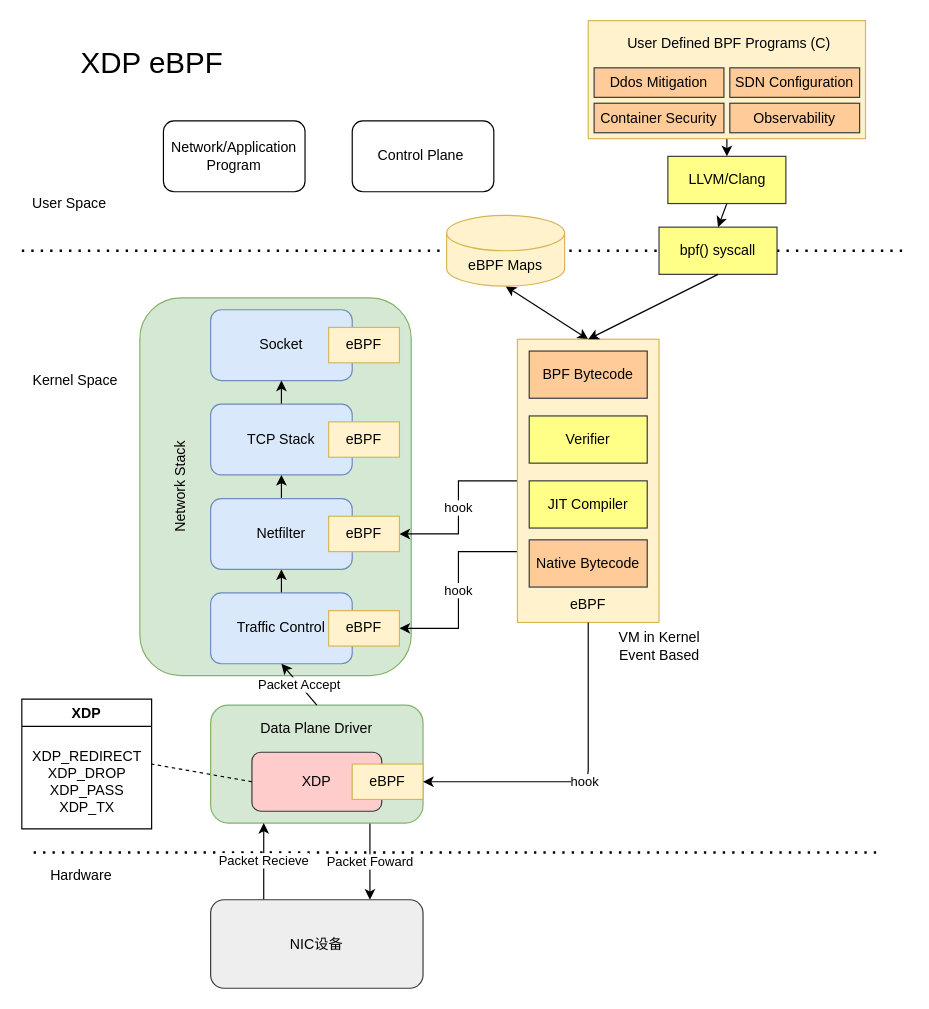
Above: Untitled Diagram.drawio in AkaCoder404/Draw-io (draw.io), before the change. Source tidied: cells renumbered, new cells numbered last; positions are measured from the earlier drawing's top-left corner, leaving out a move shared by most shapes. Both pictures are drawn from the tidied source at 118%, with x=0, y=0 at pixel (21, 20).
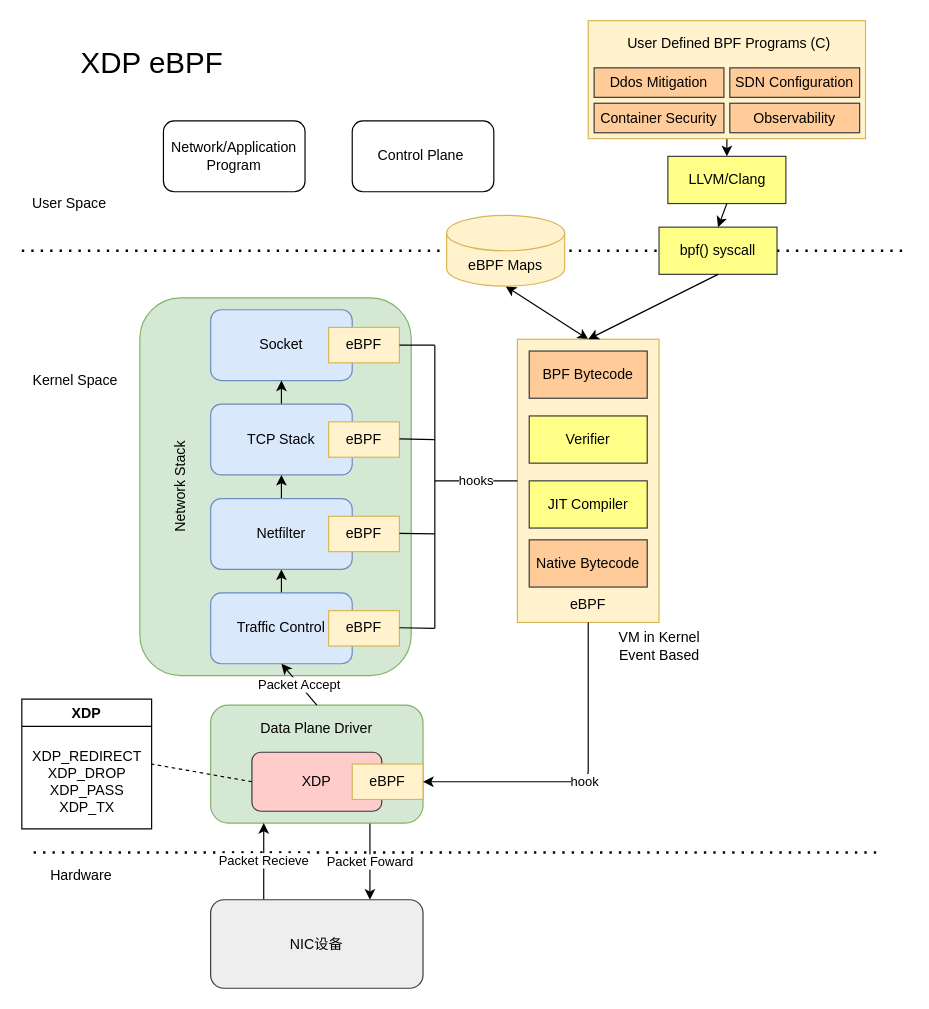
Above is the later version.

Commit message:
update xdp ebpf drawio

The change refers to these unchanged cells:
```xml
<mxCell id="10" style="rounded=0;whiteSpace=wrap;html=1;fillColor=#fff2cc;strokeColor=#d6b656;" parent="1" vertex="1">
  <mxGeometry x="420" y="270" width="120" height="240" as="geometry" />
</mxCell>
<mxCell id="33" value="eBPF" style="rounded=0;whiteSpace=wrap;html=1;fillColor=#fff2cc;strokeColor=#d6b656;" parent="1" vertex="1">
  <mxGeometry x="260" y="500" width="60" height="30" as="geometry" />
</mxCell>
<mxCell id="34" value="eBPF" style="rounded=0;whiteSpace=wrap;html=1;fillColor=#fff2cc;strokeColor=#d6b656;" parent="1" vertex="1">
  <mxGeometry x="260" y="420" width="60" height="30" as="geometry" />
</mxCell>
<mxCell id="41" value="eBPF" style="rounded=0;whiteSpace=wrap;html=1;fillColor=#fff2cc;strokeColor=#d6b656;" parent="1" vertex="1">
  <mxGeometry x="260" y="260" width="60" height="30" as="geometry" />
</mxCell>
```

The edit, as a diff of the source:
```diff
@@
-    <mxCell id="7" value="hook" style="edgeStyle=orthogonalEdgeStyle;rounded=0;jettySize=auto;html=1;exitX=0;exitY=0.5;exitDx=0;exitDy=0;entryX=1;entryY=0.5;entryDx=0;entryDy=0;" parent="1" edge="1" source="10" target="34">
-      <mxGeometry relative="1" as="geometry" />
-    </mxCell>
-    <mxCell id="8" value="hook" style="edgeStyle=orthogonalEdgeStyle;rounded=0;jettySize=auto;html=1;exitX=0;exitY=0.75;exitDx=0;exitDy=0;entryX=1;entryY=0.5;entryDx=0;entryDy=0;" parent="1" edge="1" source="10" target="33">
-      <mxGeometry relative="1" as="geometry" />
-    </mxCell>
@@
+    <mxCell id="57" style="endArrow=none;html=1;exitX=1;exitY=0.5;exitDx=0;exitDy=0;" parent="1" edge="1" source="41">
+      <mxGeometry relative="1" as="geometry">
+        <mxPoint x="350" y="275" as="targetPoint" />
+      </mxGeometry>
+    </mxCell>
+    <mxCell id="58" style="endArrow=none;html=1;exitX=1;exitY=0.5;exitDx=0;exitDy=0;" parent="1" edge="1">
+      <mxGeometry relative="1" as="geometry">
+        <mxPoint x="320" y="354.5" as="sourcePoint" />
+        <mxPoint x="350" y="355" as="targetPoint" />
+      </mxGeometry>
+    </mxCell>
+    <mxCell id="59" style="endArrow=none;html=1;exitX=1;exitY=0.5;exitDx=0;exitDy=0;" parent="1" edge="1">
+      <mxGeometry relative="1" as="geometry">
+        <mxPoint x="320" y="434.5" as="sourcePoint" />
+        <mxPoint x="350" y="435" as="targetPoint" />
+      </mxGeometry>
+    </mxCell>
+    <mxCell id="60" style="endArrow=none;html=1;exitX=1;exitY=0.5;exitDx=0;exitDy=0;" parent="1" edge="1">
+      <mxGeometry relative="1" as="geometry">
+        <mxPoint x="320" y="514.5" as="sourcePoint" />
+        <mxPoint x="350" y="515" as="targetPoint" />
+      </mxGeometry>
+    </mxCell>
+    <mxCell id="61" style="endArrow=none;html=1;fontFamily=Helvetica;fontSize=11;fontColor=#000000;align=center;strokeColor=#000000;" parent="1" edge="1">
+      <mxGeometry relative="1" as="geometry">
+        <mxPoint x="350" y="515" as="sourcePoint" />
+        <mxPoint x="350" y="275" as="targetPoint" />
+      </mxGeometry>
+    </mxCell>
+    <mxCell id="62" value="hooks" style="endArrow=none;html=1;entryX=0;entryY=0.5;entryDx=0;entryDy=0;" parent="1" edge="1" target="10">
+      <mxGeometry relative="1" as="geometry">
+        <mxPoint x="350" y="390" as="sourcePoint" />
+      </mxGeometry>
+    </mxCell>
```
